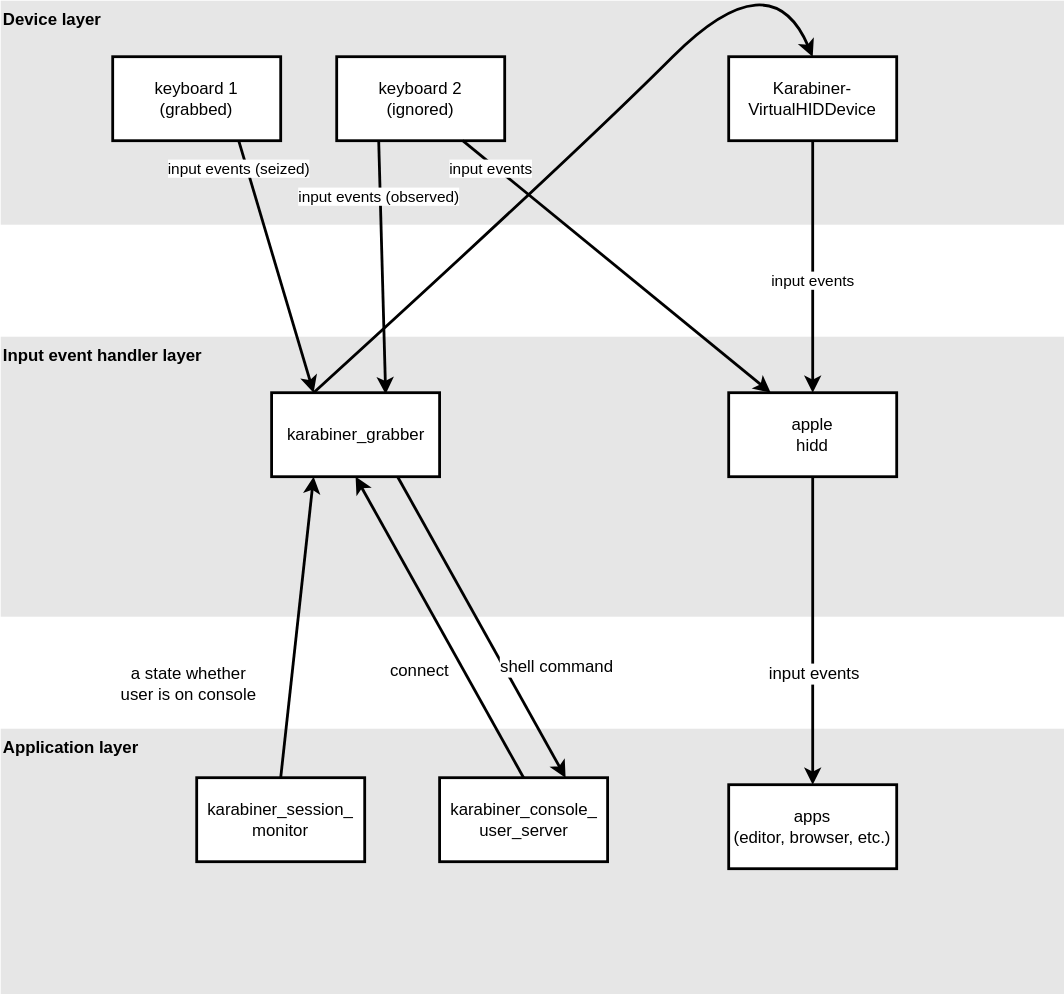
Earlier version of the draw.io export files/images/processes.svg (pqrs-org/Karabiner-Elements). Source tidied: cells renumbered, new cells last; positions are measured from the earlier drawing's top-left corner, leaving out a move shared by most shapes. The source it was exported from:
```xml
<mxGraphModel>
  <root>
    <mxCell id="0" />
    <mxCell id="1" parent="0" />
    <mxCell id="2" value="Application layer" style="rounded=0;whiteSpace=wrap;html=1;shadow=0;glass=0;comic=0;strokeColor=none;strokeWidth=2;fontColor=#000000;fillColor=#E6E6E6;align=left;verticalAlign=top;fontStyle=1;" parent="1" vertex="1">
      <mxGeometry y="550" width="760" height="190" as="geometry" />
    </mxCell>
    <mxCell id="3" value="Input event handler layer" style="rounded=0;whiteSpace=wrap;html=1;shadow=0;glass=0;comic=0;strokeColor=none;strokeWidth=2;fontColor=#000000;fillColor=#E6E6E6;align=left;verticalAlign=top;fontStyle=1;" parent="1" vertex="1">
      <mxGeometry y="270" width="760" height="200" as="geometry" />
    </mxCell>
    <mxCell id="4" value="&lt;div style=&quot;text-align: left&quot;&gt;&lt;span&gt;Device layer&lt;/span&gt;&lt;/div&gt;" style="rounded=0;whiteSpace=wrap;html=1;shadow=0;glass=0;comic=0;strokeColor=none;strokeWidth=2;fontColor=#000000;fillColor=#E6E6E6;align=left;verticalAlign=top;fontStyle=1;" parent="1" vertex="1">
      <mxGeometry y="30" width="760" height="160" as="geometry" />
    </mxCell>
    <mxCell id="5" value="keyboard 1&lt;br&gt;(grabbed)&lt;br&gt;" style="rounded=0;whiteSpace=wrap;html=1;shadow=0;glass=0;comic=0;strokeColor=#000000;strokeWidth=2;fontColor=#000000;" parent="1" vertex="1">
      <mxGeometry x="80" y="70" width="120" height="60" as="geometry" />
    </mxCell>
    <mxCell id="6" value="keyboard 2&lt;br&gt;(ignored)&lt;br&gt;" style="rounded=0;whiteSpace=wrap;html=1;shadow=0;glass=0;comic=0;strokeColor=#000000;strokeWidth=2;fontColor=#000000;" parent="1" vertex="1">
      <mxGeometry x="240" y="70" width="120" height="60" as="geometry" />
    </mxCell>
    <mxCell id="7" value="karabiner_grabber" style="rounded=0;whiteSpace=wrap;html=1;shadow=0;glass=0;comic=0;strokeColor=#000000;strokeWidth=2;fontColor=#000000;" parent="1" vertex="1">
      <mxGeometry x="193.5" y="310" width="120" height="60" as="geometry" />
    </mxCell>
    <mxCell id="8" value="karabiner_console_&lt;br&gt;user_server&lt;br&gt;" style="rounded=0;html=1;shadow=0;glass=0;comic=0;strokeColor=#000000;strokeWidth=2;fontColor=#000000;whiteSpace=wrap;" parent="1" vertex="1">
      <mxGeometry x="313.5" y="585" width="120" height="60" as="geometry" />
    </mxCell>
    <mxCell id="9" value="apple&lt;br&gt;hidd&lt;br&gt;" style="rounded=0;html=1;shadow=0;glass=0;comic=0;strokeColor=#000000;strokeWidth=2;fontColor=#000000;whiteSpace=wrap;" parent="1" vertex="1">
      <mxGeometry x="520" y="310" width="120" height="60" as="geometry" />
    </mxCell>
    <mxCell id="10" value="input events (observed)" style="endArrow=classic;html=1;strokeColor=#000000;strokeWidth=2;fillColor=#FF2424;fontColor=#000000;exitX=0.25;exitY=1;entryX=0.679;entryY=0.017;entryDx=0;entryDy=0;entryPerimeter=0;" parent="1" edge="1" source="6" target="7">
      <mxGeometry x="-0.56" y="-1" relative="1" as="geometry" />
    </mxCell>
    <mxCell id="11" value="input events (seized)" style="endArrow=classic;html=1;strokeColor=#000000;strokeWidth=2;fillColor=#FF2424;fontColor=#000000;exitX=0.75;exitY=1;entryX=0.25;entryY=0;" parent="1" edge="1" source="5" target="7">
      <mxGeometry x="-0.8" y="-6" relative="1" as="geometry" />
    </mxCell>
    <mxCell id="12" style="endArrow=classic;html=1;strokeColor=#000000;strokeWidth=2;fillColor=#FF2424;fontColor=#000000;exitX=0.5;exitY=0;entryX=0.5;entryY=1;" parent="1" edge="1" source="8" target="7">
      <mxGeometry relative="1" as="geometry" />
    </mxCell>
    <mxCell id="13" value="connect&lt;br&gt;" style="text;html=1;align=center;verticalAlign=middle;labelBackgroundColor=#ffffff;fontColor=#000000;" parent="12" vertex="1">
      <mxGeometry x="-0.25" y="3" relative="1" as="geometry">
        <mxPoint x="-27" y="3" as="offset" />
      </mxGeometry>
    </mxCell>
    <mxCell id="14" style="endArrow=classic;html=1;strokeColor=#000000;strokeWidth=2;fillColor=#FF2424;fontColor=#000000;exitX=0.75;exitY=1;entryX=0.75;entryY=0;" parent="1" edge="1" source="7" target="8">
      <mxGeometry relative="1" as="geometry" />
    </mxCell>
    <mxCell id="15" value="shell command" style="text;html=1;align=center;verticalAlign=middle;labelBackgroundColor=#ffffff;fontColor=#000000;" parent="14" vertex="1">
      <mxGeometry x="0.16" y="2" relative="1" as="geometry">
        <mxPoint x="41.5" y="12" as="offset" />
      </mxGeometry>
    </mxCell>
    <mxCell id="16" style="endArrow=classic;html=1;strokeColor=#000000;strokeWidth=2;fillColor=#FF2424;fontColor=#000000;exitX=0.25;exitY=0;entryX=0.5;entryY=0;curved=1;exitDx=0;exitDy=0;" parent="1" edge="1" source="7" target="17">
      <mxGeometry relative="1" as="geometry">
        <Array as="points">
          <mxPoint x="410" y="140" />
          <mxPoint x="550" />
        </Array>
      </mxGeometry>
    </mxCell>
    <mxCell id="17" value="Karabiner-VirtualHIDDevice" style="rounded=0;whiteSpace=wrap;html=1;shadow=0;glass=0;comic=0;strokeColor=#000000;strokeWidth=2;fontColor=#000000;" parent="1" vertex="1">
      <mxGeometry x="520" y="70" width="120" height="60" as="geometry" />
    </mxCell>
    <mxCell id="18" value="input events" style="endArrow=classic;html=1;strokeColor=#000000;strokeWidth=2;fillColor=#FF2424;fontColor=#000000;exitX=0.5;exitY=1;entryX=0.5;entryY=0;" parent="1" edge="1" source="17" target="9">
      <mxGeometry x="0.11" relative="1" as="geometry" />
    </mxCell>
    <mxCell id="19" style="endArrow=classic;html=1;strokeColor=#000000;strokeWidth=2;fillColor=#FF2424;fontColor=#000000;exitX=0.5;exitY=1;" parent="1" edge="1" source="9" target="21">
      <mxGeometry relative="1" as="geometry" />
    </mxCell>
    <mxCell id="20" value="input events" style="text;html=1;align=center;verticalAlign=middle;labelBackgroundColor=#ffffff;fontColor=#000000;" parent="19" vertex="1">
      <mxGeometry x="0.12" y="2" relative="1" as="geometry">
        <mxPoint x="-2" y="17" as="offset" />
      </mxGeometry>
    </mxCell>
    <mxCell id="21" value="apps&lt;br&gt;(editor, browser, etc.)&lt;br&gt;" style="rounded=0;html=1;shadow=0;glass=0;comic=0;strokeColor=#000000;strokeWidth=2;fontColor=#000000;whiteSpace=wrap;" parent="1" vertex="1">
      <mxGeometry x="520" y="590" width="120" height="60" as="geometry" />
    </mxCell>
    <mxCell id="22" value="input events" style="endArrow=classic;html=1;strokeColor=#000000;strokeWidth=2;fillColor=#FF2424;fontColor=#000000;exitX=0.75;exitY=1;entryX=0.25;entryY=0;" parent="1" edge="1" source="6" target="9">
      <mxGeometry x="-0.8" y="-3" relative="1" as="geometry" />
    </mxCell>
    <mxCell id="23" value="karabiner_session_&lt;br&gt;monitor&lt;br&gt;" style="rounded=0;html=1;shadow=0;glass=0;comic=0;strokeColor=#000000;strokeWidth=2;fontColor=#000000;whiteSpace=wrap;" parent="1" vertex="1">
      <mxGeometry x="140" y="585" width="120" height="60" as="geometry" />
    </mxCell>
    <mxCell id="24" style="endArrow=classic;html=1;strokeColor=#000000;strokeWidth=2;fillColor=#FF2424;fontColor=#000000;exitX=0.5;exitY=0;entryX=0.25;entryY=1;entryDx=0;entryDy=0;exitDx=0;exitDy=0;" parent="1" edge="1" source="23" target="7">
      <mxGeometry relative="1" as="geometry" />
    </mxCell>
    <mxCell id="25" value="a state whether&lt;br&gt;user is on console" style="text;html=1;align=center;verticalAlign=middle;labelBackgroundColor=#ffffff;fontColor=#000000;" parent="24" vertex="1">
      <mxGeometry x="-0.25" y="3" relative="1" as="geometry">
        <mxPoint x="-72" y="14.5" as="offset" />
      </mxGeometry>
    </mxCell>
  </root>
</mxGraphModel>
```
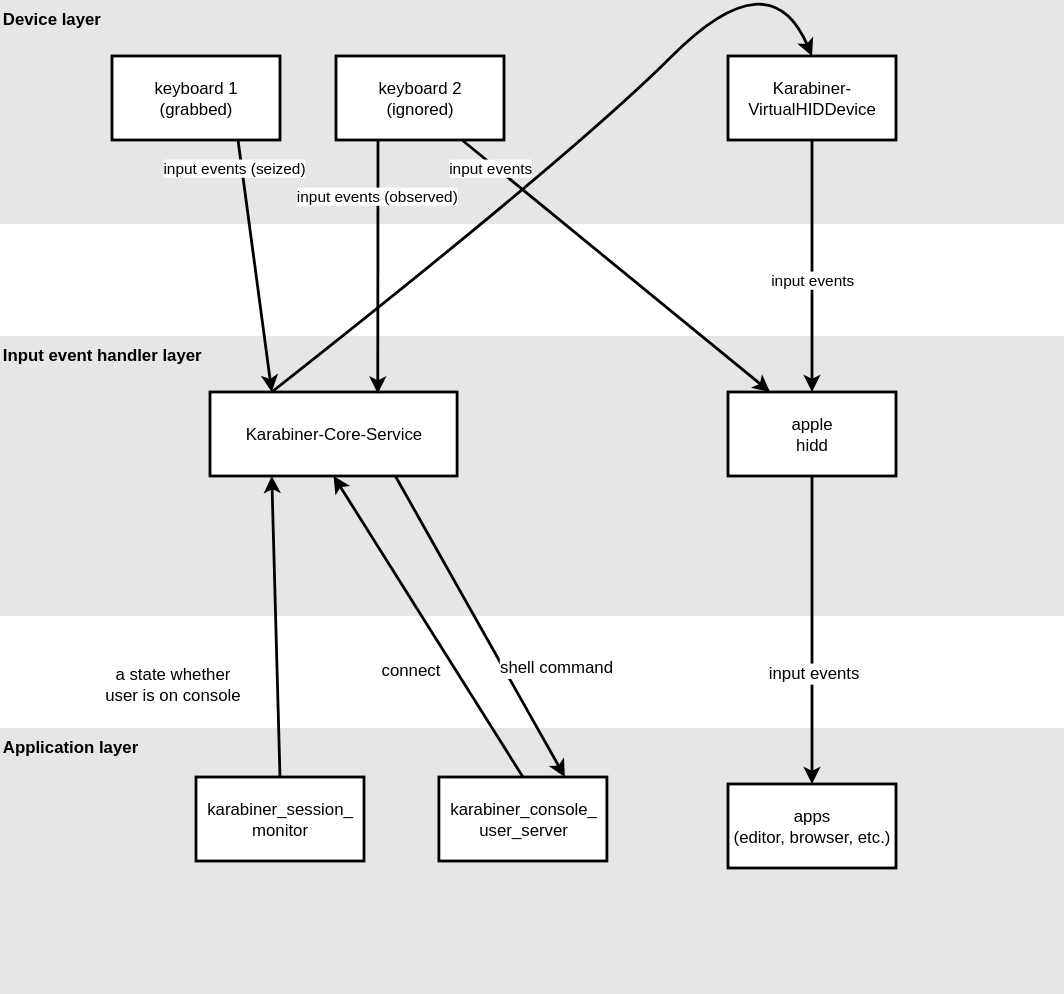
After the commit.

Commit message:
karabiner_grabber -> Karabiner-Core-Service in DEVELOPMENT.md

Diff of the diagram source:
```diff
@@ -1,4 +1,4 @@
-<mxGraphModel>
+<mxGraphModel background="#ffffff">
   <root>
     <mxCell id="0" />
     <mxCell id="1" parent="0" />
@@ -17,8 +17,8 @@
     <mxCell id="6" value="keyboard 2&lt;br&gt;(ignored)&lt;br&gt;" style="rounded=0;whiteSpace=wrap;html=1;shadow=0;glass=0;comic=0;strokeColor=#000000;strokeWidth=2;fontColor=#000000;" parent="1" vertex="1">
       <mxGeometry x="240" y="70" width="120" height="60" as="geometry" />
     </mxCell>
-    <mxCell id="7" value="karabiner_grabber" style="rounded=0;whiteSpace=wrap;html=1;shadow=0;glass=0;comic=0;strokeColor=#000000;strokeWidth=2;fontColor=#000000;" parent="1" vertex="1">
-      <mxGeometry x="193.5" y="310" width="120" height="60" as="geometry" />
+    <mxCell id="7" value="Karabiner-Core-Service" style="rounded=0;whiteSpace=wrap;html=1;shadow=0;glass=0;comic=0;strokeColor=#000000;strokeWidth=2;fontColor=#000000;" parent="1" vertex="1">
+      <mxGeometry x="150" y="310" width="176.5" height="60" as="geometry" />
     </mxCell>
     <mxCell id="8" value="karabiner_console_&lt;br&gt;user_server&lt;br&gt;" style="rounded=0;html=1;shadow=0;glass=0;comic=0;strokeColor=#000000;strokeWidth=2;fontColor=#000000;whiteSpace=wrap;" parent="1" vertex="1">
       <mxGeometry x="313.5" y="585" width="120" height="60" as="geometry" />
```
